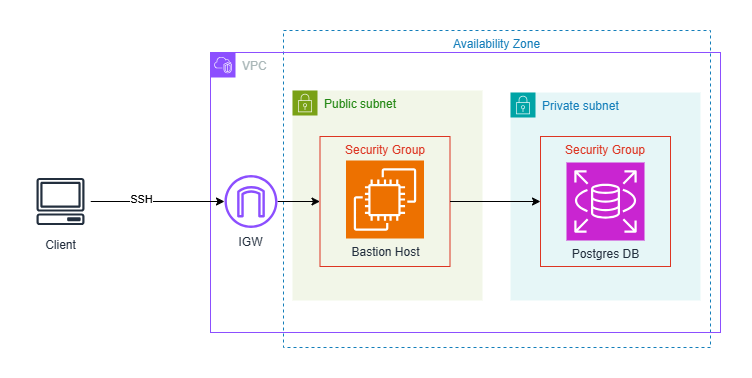
The draw.io diagram MicroservicesServerlessApp/assets/BastionHostSetup.drawio.png in johndev4/aws-projects, before a commit. Source tidied: cells renumbered, new cells last; positions are measured from the earlier drawing's top-left corner, leaving out a move shared by most shapes.
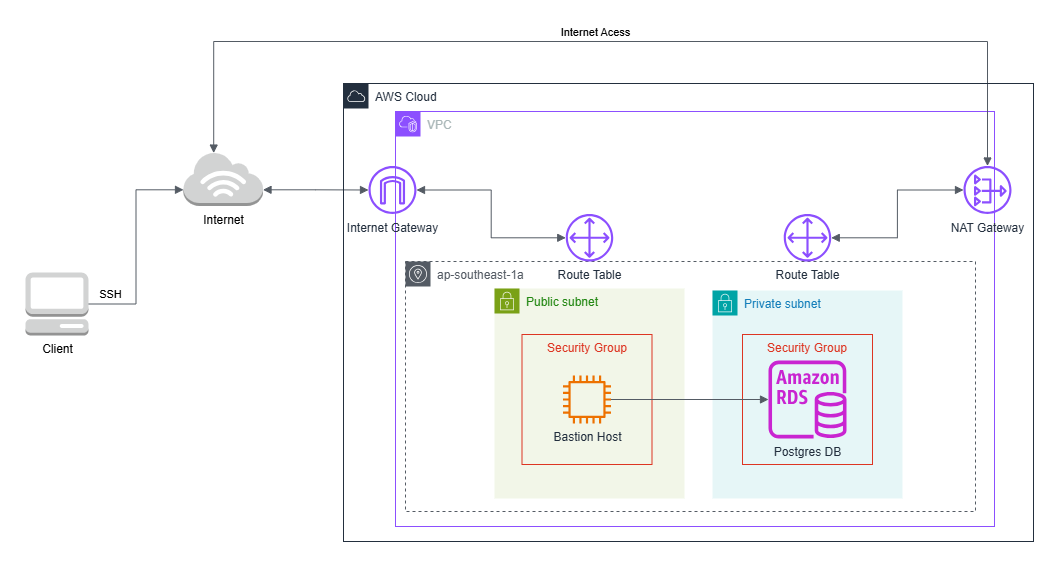
The same file after the commit.

Commit message:
[Microservices Serverless] setup bastion host for production environment

What changed in the source:
```diff
@@ -2,47 +2,78 @@
   <root>
     <mxCell id="0" />
     <mxCell id="1" parent="0" />
-    <mxCell id="2" value="Availability Zone" style="fillColor=none;strokeColor=#147EBA;dashed=1;verticalAlign=top;fontStyle=0;fontColor=#147EBA;whiteSpace=wrap;html=1;" parent="1" vertex="1">
-      <mxGeometry x="253" width="427" height="317" as="geometry" />
-    </mxCell>
     <mxCell id="3" value="VPC" style="gradientColor=none;html=1;whiteSpace=wrap;fontSize=12;fontStyle=0;shape=mxgraph.aws4.group;grIcon=mxgraph.aws4.group_vpc2;strokeColor=#8C4FFF;fillColor=none;verticalAlign=top;align=left;spacingLeft=30;fontColor=#AAB7B8;dashed=0;" parent="1" vertex="1">
-      <mxGeometry x="180" y="22" width="510" height="280" as="geometry" />
+      <mxGeometry x="322" y="217" width="599" height="415" as="geometry" />
     </mxCell>
-    <mxCell id="4" value="Public subnet" style="gradientColor=none;html=1;whiteSpace=wrap;fontSize=12;fontStyle=0;shape=mxgraph.aws4.group;grIcon=mxgraph.aws4.group_security_group;grStroke=0;strokeColor=#7AA116;fillColor=#F2F6E8;verticalAlign=top;align=left;spacingLeft=30;fontColor=#248814;dashed=0;" parent="3" vertex="1">
-      <mxGeometry x="82" y="38" width="190" height="210" as="geometry" />
-    </mxCell>
-    <mxCell id="5" value="Security Group" style="fillColor=none;strokeColor=#DD3522;verticalAlign=top;fontStyle=0;fontColor=#DD3522;whiteSpace=wrap;html=1;" parent="4" vertex="1">
-      <mxGeometry x="27.5" y="46" width="130" height="130" as="geometry" />
-    </mxCell>
-    <mxCell id="6" value="Bastion Host" style="sketch=0;points=[[0,0,0],[0.25,0,0],[0.5,0,0],[0.75,0,0],[1,0,0],[0,1,0],[0.25,1,0],[0.5,1,0],[0.75,1,0],[1,1,0],[0,0.25,0],[0,0.5,0],[0,0.75,0],[1,0.25,0],[1,0.5,0],[1,0.75,0]];outlineConnect=0;fontColor=#232F3E;fillColor=#ED7100;strokeColor=#ffffff;dashed=0;verticalLabelPosition=bottom;verticalAlign=top;align=center;html=1;fontSize=12;fontStyle=0;shape=mxgraph.aws4.resourceIcon;resIcon=mxgraph.aws4.ec2;" parent="4" vertex="1">
-      <mxGeometry x="53.5" y="70" width="78" height="78" as="geometry" />
-    </mxCell>
-    <mxCell id="7" style="edgeStyle=orthogonalEdgeStyle;rounded=0;jettySize=auto;html=1;entryX=0;entryY=0.5;entryDx=0;entryDy=0;" parent="3" edge="1" source="8" target="5">
-      <mxGeometry relative="1" as="geometry" />
-    </mxCell>
-    <mxCell id="8" value="IGW" style="sketch=0;outlineConnect=0;fontColor=#232F3E;gradientColor=none;fillColor=#8C4FFF;strokeColor=none;dashed=0;verticalLabelPosition=bottom;verticalAlign=top;align=center;html=1;fontSize=12;fontStyle=0;shape=mxgraph.aws4.internet_gateway;" parent="3" vertex="1">
-      <mxGeometry x="14" y="122.5" width="53" height="53" as="geometry" />
-    </mxCell>
+    <mxCell id="16" value="ap-southeast-1a" style="sketch=0;gradientColor=none;html=1;whiteSpace=wrap;fontSize=12;fontStyle=0;shape=mxgraph.aws4.group;grIcon=mxgraph.aws4.group_availability_zone;strokeColor=#545B64;fillColor=none;verticalAlign=top;align=left;spacingLeft=30;fontColor=#545B64;dashed=1;" parent="3" vertex="1">
+      <mxGeometry x="10" y="150" width="570" height="250" as="geometry" />
+    </mxCell>
     <mxCell id="9" value="Private subnet" style="gradientColor=none;html=1;whiteSpace=wrap;fontSize=12;fontStyle=0;shape=mxgraph.aws4.group;grIcon=mxgraph.aws4.group_security_group;grStroke=0;strokeColor=#00A4A6;fillColor=#E6F6F7;verticalAlign=top;align=left;spacingLeft=30;fontColor=#147EBA;dashed=0;" parent="3" vertex="1">
-      <mxGeometry x="300" y="40" width="190" height="208" as="geometry" />
+      <mxGeometry x="317" y="179" width="190" height="208" as="geometry" />
     </mxCell>
     <mxCell id="10" value="Security Group" style="fillColor=none;strokeColor=#DD3522;verticalAlign=top;fontStyle=0;fontColor=#DD3522;whiteSpace=wrap;html=1;" parent="9" vertex="1">
       <mxGeometry x="30" y="44" width="130" height="130" as="geometry" />
     </mxCell>
-    <mxCell id="11" value="Postgres DB" style="sketch=0;points=[[0,0,0],[0.25,0,0],[0.5,0,0],[0.75,0,0],[1,0,0],[0,1,0],[0.25,1,0],[0.5,1,0],[0.75,1,0],[1,1,0],[0,0.25,0],[0,0.5,0],[0,0.75,0],[1,0.25,0],[1,0.5,0],[1,0.75,0]];outlineConnect=0;fontColor=#232F3E;fillColor=#C925D1;strokeColor=#ffffff;dashed=0;verticalLabelPosition=bottom;verticalAlign=top;align=center;html=1;fontSize=12;fontStyle=0;shape=mxgraph.aws4.resourceIcon;resIcon=mxgraph.aws4.rds;" parent="9" vertex="1">
+    <mxCell id="11" value="Postgres DB" style="sketch=0;outlineConnect=0;fontColor=#232F3E;gradientColor=none;fillColor=#C925D1;strokeColor=none;dashed=0;verticalLabelPosition=bottom;verticalAlign=top;align=center;html=1;fontSize=12;fontStyle=0;shape=mxgraph.aws4.rds_instance;" parent="9" vertex="1">
       <mxGeometry x="56" y="70" width="78" height="78" as="geometry" />
     </mxCell>
-    <mxCell id="12" style="edgeStyle=orthogonalEdgeStyle;rounded=0;jettySize=auto;html=1;entryX=0;entryY=0.5;entryDx=0;entryDy=0;" parent="3" edge="1" source="5" target="10">
-      <mxGeometry relative="1" as="geometry" />
-    </mxCell>
-    <mxCell id="13" style="edgeStyle=orthogonalEdgeStyle;rounded=0;jettySize=auto;html=1;" parent="1" edge="1" source="15" target="8">
-      <mxGeometry relative="1" as="geometry" />
-    </mxCell>
+    <mxCell id="4" value="Public subnet" style="gradientColor=none;html=1;whiteSpace=wrap;fontSize=12;fontStyle=0;shape=mxgraph.aws4.group;grIcon=mxgraph.aws4.group_security_group;grStroke=0;strokeColor=#7AA116;fillColor=#F2F6E8;verticalAlign=top;align=left;spacingLeft=30;fontColor=#248814;dashed=0;" parent="3" vertex="1">
+      <mxGeometry x="99" y="177" width="190" height="210" as="geometry" />
+    </mxCell>
+    <mxCell id="5" value="Security Group" style="fillColor=none;strokeColor=#DD3522;verticalAlign=top;fontStyle=0;fontColor=#DD3522;whiteSpace=wrap;html=1;" parent="4" vertex="1">
+      <mxGeometry x="27.5" y="46" width="130" height="130" as="geometry" />
+    </mxCell>
+    <mxCell id="17" value="Route Table" style="sketch=0;outlineConnect=0;fontColor=#232F3E;gradientColor=none;fillColor=#8C4FFF;strokeColor=none;dashed=0;verticalLabelPosition=bottom;verticalAlign=top;align=center;html=1;fontSize=12;fontStyle=0;shape=mxgraph.aws4.customer_gateway;" parent="3" vertex="1">
+      <mxGeometry x="170.2" y="102.5" width="47.5" height="47.5" as="geometry" />
+    </mxCell>
+    <mxCell id="18" value="Route Table" style="sketch=0;outlineConnect=0;fontColor=#232F3E;gradientColor=none;fillColor=#8C4FFF;strokeColor=none;dashed=0;verticalLabelPosition=bottom;verticalAlign=top;align=center;html=1;fontSize=12;fontStyle=0;shape=mxgraph.aws4.customer_gateway;" parent="3" vertex="1">
+      <mxGeometry x="388.2" y="102.5" width="47.5" height="47.5" as="geometry" />
+    </mxCell>
+    <mxCell id="19" value="NAT Gateway" style="sketch=0;outlineConnect=0;fontColor=#232F3E;gradientColor=none;fillColor=#8C4FFF;strokeColor=none;dashed=0;verticalLabelPosition=bottom;verticalAlign=top;align=center;html=1;fontSize=12;fontStyle=0;shape=mxgraph.aws4.nat_gateway;" parent="3" vertex="1">
+      <mxGeometry x="553" y="54.5" width="78" height="48" as="geometry" />
+    </mxCell>
+    <mxCell id="20" style="edgeStyle=orthogonalEdgeStyle;rounded=0;jettySize=auto;html=1;endArrow=block;elbow=vertical;startArrow=block;endFill=1;strokeColor=#545B64;startFill=1;" parent="3" edge="1" source="18" target="19">
+      <mxGeometry relative="1" as="geometry" />
+    </mxCell>
+    <mxCell id="21" value="Internet Gateway" style="sketch=0;outlineConnect=0;fontColor=#232F3E;gradientColor=none;fillColor=#8C4FFF;strokeColor=none;dashed=0;verticalLabelPosition=bottom;verticalAlign=top;align=center;html=1;fontSize=12;fontStyle=0;shape=mxgraph.aws4.internet_gateway;" parent="1" vertex="1">
+      <mxGeometry x="290" y="271.5" width="58" height="48" as="geometry" />
+    </mxCell>
+    <mxCell id="22" style="edgeStyle=orthogonalEdgeStyle;rounded=0;jettySize=auto;html=1;endArrow=block;elbow=vertical;startArrow=block;endFill=1;strokeColor=#545B64;startFill=1;" parent="1" edge="1" source="21" target="17">
+      <mxGeometry relative="1" as="geometry" />
+    </mxCell>
+    <mxCell id="23" style="edgeStyle=orthogonalEdgeStyle;rounded=0;jettySize=auto;html=1;endArrow=block;elbow=vertical;startArrow=block;endFill=1;strokeColor=#545B64;exitX=1;exitY=0.7;exitDx=0;exitDy=0;exitPerimeter=0;startFill=1;" parent="1" edge="1" source="24" target="21">
+      <mxGeometry relative="1" as="geometry" />
+    </mxCell>
+    <mxCell id="24" value="Internet" style="outlineConnect=0;dashed=0;verticalLabelPosition=bottom;verticalAlign=top;align=center;html=1;shape=mxgraph.aws3.internet_3;fillColor=#D2D3D3;gradientColor=none;" parent="1" vertex="1">
+      <mxGeometry x="110" y="257.5" width="79.5" height="54" as="geometry" />
+    </mxCell>
+    <mxCell id="25" style="edgeStyle=orthogonalEdgeStyle;rounded=0;jettySize=auto;html=1;entryX=0.38;entryY=0.02;entryDx=0;entryDy=0;entryPerimeter=0;endArrow=block;elbow=vertical;startArrow=block;startFill=1;strokeColor=#545B64;endFill=1;" parent="1" edge="1" source="19" target="24">
+      <mxGeometry relative="1" as="geometry">
+        <Array as="points">
+          <mxPoint x="914" y="147" />
+          <mxPoint x="140" y="147" />
+        </Array>
+      </mxGeometry>
+    </mxCell>
+    <mxCell id="26" value="Internet Acess" style="edgeLabel;html=1;align=center;verticalAlign=middle;" parent="25" vertex="1">
+      <mxGeometry x="0.01" y="-2" relative="1" as="geometry">
+        <mxPoint x="-7" y="-8" as="offset" />
+      </mxGeometry>
+    </mxCell>
+    <mxCell id="27" value="AWS Cloud" style="gradientColor=none;html=1;whiteSpace=wrap;fontSize=12;fontStyle=0;shape=mxgraph.aws4.group;grIcon=mxgraph.aws4.group_aws_cloud;strokeColor=#232F3E;fillColor=none;verticalAlign=top;align=left;spacingLeft=30;fontColor=#232F3E;dashed=0;" parent="1" vertex="1">
+      <mxGeometry x="270" y="189" width="690" height="458" as="geometry" />
+    </mxCell>
+    <mxCell id="6" value="Bastion Host" style="sketch=0;outlineConnect=0;fontColor=#232F3E;gradientColor=none;fillColor=#ED7100;strokeColor=none;dashed=0;verticalLabelPosition=bottom;verticalAlign=top;align=center;html=1;fontSize=12;fontStyle=0;shape=mxgraph.aws4.instance2;" parent="27" vertex="1">
+      <mxGeometry x="219.5" y="292" width="48" height="48" as="geometry" />
+    </mxCell>
-    <mxCell id="14" value="SSH" style="edgeLabel;html=1;align=center;verticalAlign=middle;" parent="13" vertex="1">
-      <mxGeometry x="-0.25" y="2" relative="1" as="geometry" />
+    <mxCell id="14" value="SSH" style="edgeStyle=orthogonalEdgeStyle;html=1;endArrow=block;elbow=vertical;startArrow=none;endFill=1;strokeColor=#545B64;rounded=0;entryX=0;entryY=0.7;entryDx=0;entryDy=0;entryPerimeter=0;exitX=1;exitY=0.5;exitDx=0;exitDy=0;exitPerimeter=0;" parent="1" edge="1" source="15" target="24">
+      <mxGeometry x="-0.79" y="10" relative="1" as="geometry" />
     </mxCell>
+    <mxCell id="28" style="edgeStyle=orthogonalEdgeStyle;html=1;endArrow=block;elbow=vertical;startArrow=none;endFill=1;strokeColor=#545B64;rounded=0;" parent="1" edge="1" source="6" target="11">
+      <mxGeometry relative="1" as="geometry" />
+    </mxCell>
-    <mxCell id="15" value="Client" style="sketch=0;outlineConnect=0;fontColor=#232F3E;gradientColor=none;strokeColor=#232F3E;fillColor=#ffffff;dashed=0;verticalLabelPosition=bottom;verticalAlign=top;align=center;html=1;fontSize=12;fontStyle=0;shape=mxgraph.aws4.resourceIcon;resIcon=mxgraph.aws4.client;" parent="1" vertex="1">
-      <mxGeometry y="141" width="60" height="60" as="geometry" />
+    <mxCell id="15" value="Client" style="outlineConnect=0;dashed=0;verticalLabelPosition=bottom;verticalAlign=top;align=center;html=1;shape=mxgraph.aws3.management_console;fillColor=#D2D3D3;gradientColor=none;" parent="1" vertex="1">
+      <mxGeometry x="-48" y="378" width="63" height="63" as="geometry" />
     </mxCell>
   </root>
 </mxGraphModel>
```
